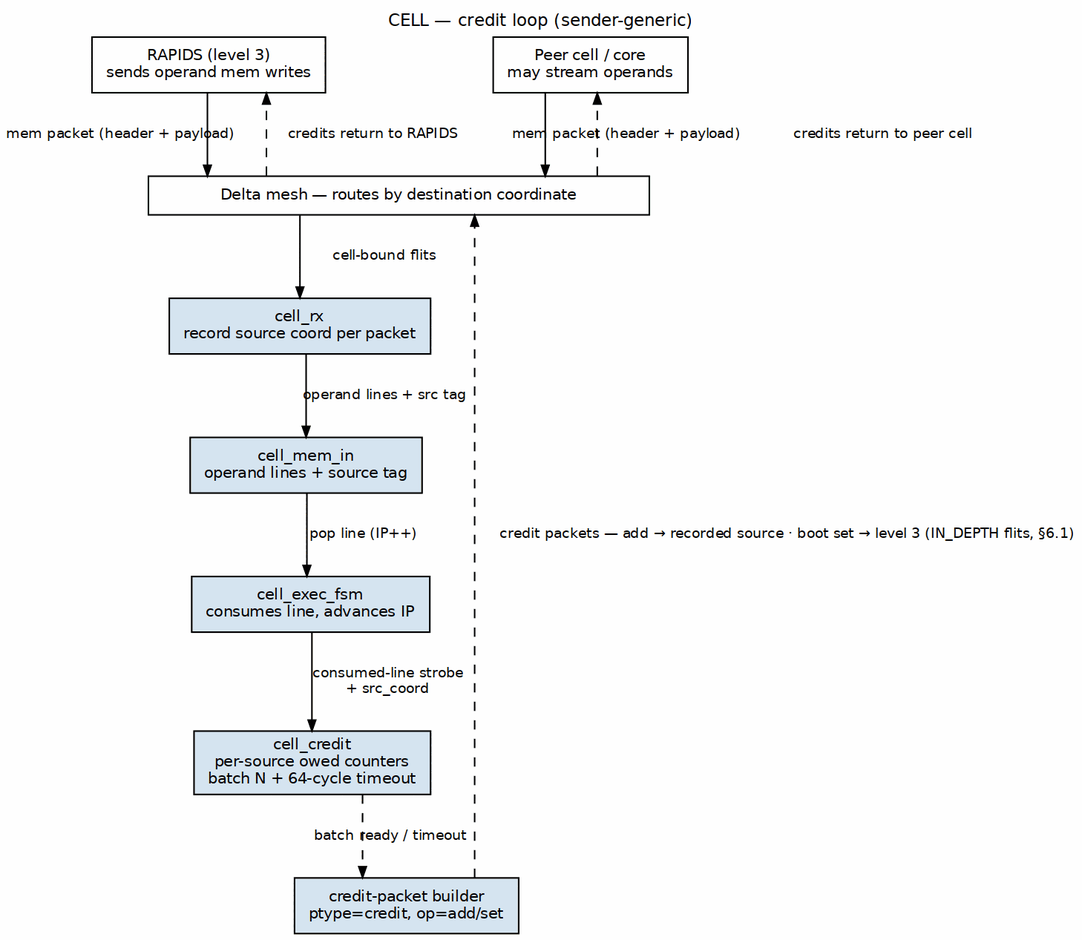
Before: projects/components/compute-eng-ip/cell/docs/cell_mas/assets/graphviz/02_credit_loop.png, a diagram exported from Graphviz (sean-galloway/RTLDesignSherpa). Its source is kept beside it as projects/components/compute-eng-ip/cell/docs/cell_mas/assets/graphviz/02_credit_loop.dot.
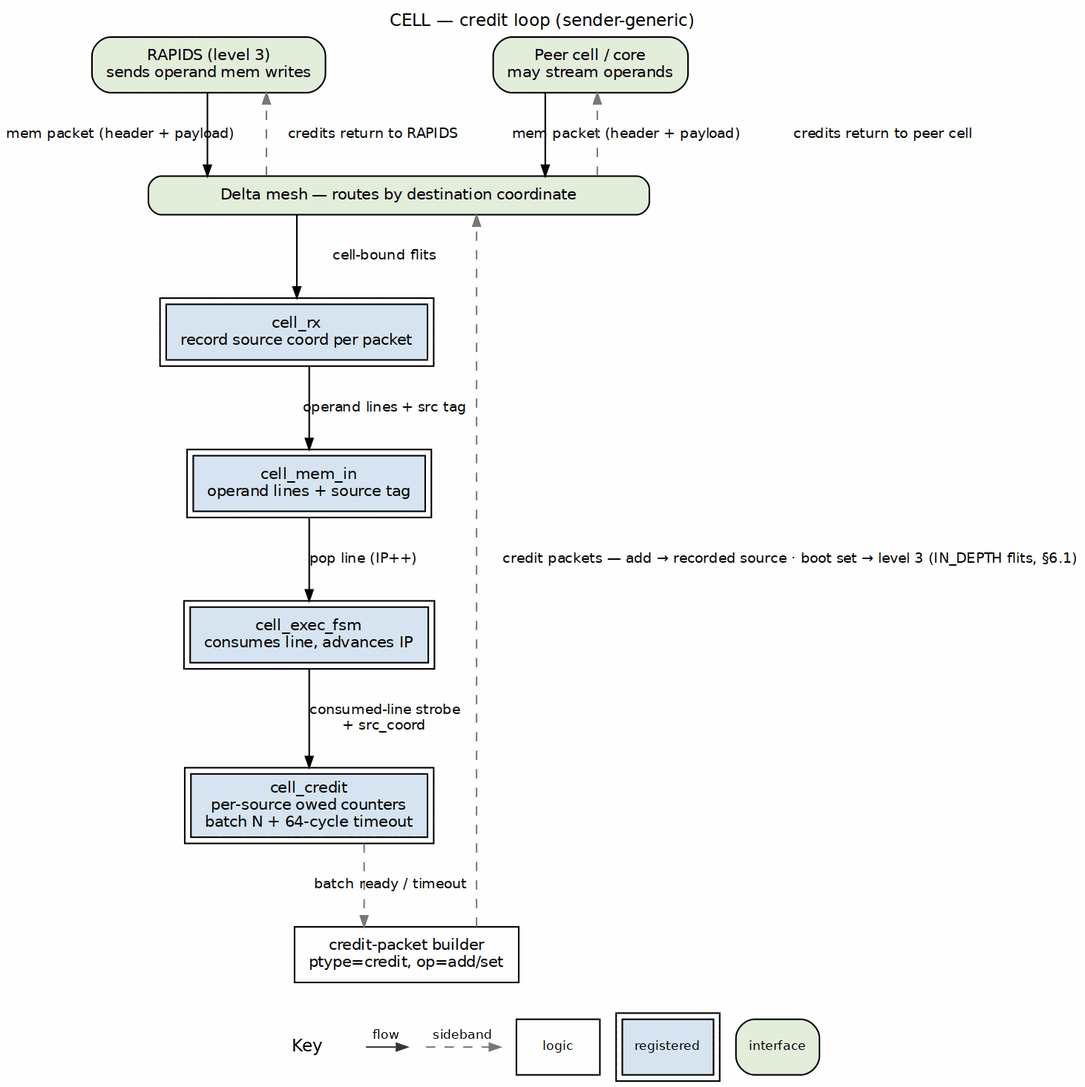
Above is the later version.

The edit, as a diff of the source:
```diff
@@ -4,20 +4,20 @@
          label="CELL — credit loop (sender-generic)",
          labelloc=t];
   node  [fontname="Helvetica", fontsize=10, shape=box, style=filled,
-         fillcolor="#D6E4F0", color="black", margin="0.12,0.06"];
+         fillcolor="white", color="black", margin="0.12,0.06"];
   edge  [fontname="Helvetica", fontsize=9, color="black", arrowsize=0.7];
 
-  rapids [fillcolor="white", label="RAPIDS (level 3)\nsends operand mem writes"];
-  peer   [fillcolor="white", label="Peer cell / core\nmay stream operands"];
+  rapids [fillcolor="white", label="RAPIDS (level 3)\nsends operand mem writes", style="rounded,filled", fillcolor="#E2EFDA"];
+  peer   [fillcolor="white", label="Peer cell / core\nmay stream operands", style="rounded,filled", fillcolor="#E2EFDA"];
 
   meshbar [fillcolor="white", width=4.5, height=0.35,
-           label="Delta mesh — routes by destination coordinate"];
+           label="Delta mesh — routes by destination coordinate", style="rounded,filled", fillcolor="#E2EFDA"];
 
-  rx     [label="cell_rx\nrecord source coord per packet"];
-  inmem  [label="cell_mem_in\noperand lines + source tag"];
-  fsm    [label="cell_exec_fsm\nconsumes line, advances IP"];
-  credit [label="cell_credit\nper-source owed counters\nbatch N + 64-cycle timeout"];
-  pktbld [label="credit-packet builder\nptype=credit, op=add/set"];
+  rx     [label="cell_rx\nrecord source coord per packet", peripheries=2, style="filled", fillcolor="#D6E4F0"];
+  inmem  [label="cell_mem_in\noperand lines + source tag", peripheries=2, style="filled", fillcolor="#D6E4F0"];
+  fsm    [label="cell_exec_fsm\nconsumes line, advances IP", peripheries=2, style="filled", fillcolor="#D6E4F0"];
+  credit [label="cell_credit\nper-source owed counters\nbatch N + 64-cycle timeout", peripheries=2, style="filled", fillcolor="#D6E4F0"];
+  pktbld [label="credit-packet builder\nptype=credit, op=add/set", style="filled", fillcolor="white"];
 
 
   rapids -> meshbar [label="mem packet (header + payload)"];
@@ -28,10 +28,10 @@
 
   fsm -> credit [label="consumed-line strobe\n+ src_coord"];
 
-  credit -> pktbld [style=dashed, label="batch ready / timeout"];
-  pktbld -> meshbar [style=dashed, label="credit packets — add → recorded source · boot set → level 3 (IN_DEPTH flits, §6.1)"];
-  meshbar -> rapids [style=dashed, label="credits return to RAPIDS"];
-  meshbar -> peer [style=dashed, label="credits return to peer cell"];
+  credit -> pktbld [style=dashed, color="#777777", label="batch ready / timeout"];
+  pktbld -> meshbar [style=dashed, color="#777777", label="credit packets — add → recorded source · boot set → level 3 (IN_DEPTH flits, §6.1)"];
+  meshbar -> rapids [style=dashed, color="#777777", label="credits return to RAPIDS"];
+  meshbar -> peer [style=dashed, color="#777777", label="credits return to peer cell"];
 
   { rank=same; rapids; peer }
   { rank=same; meshbar }
```
